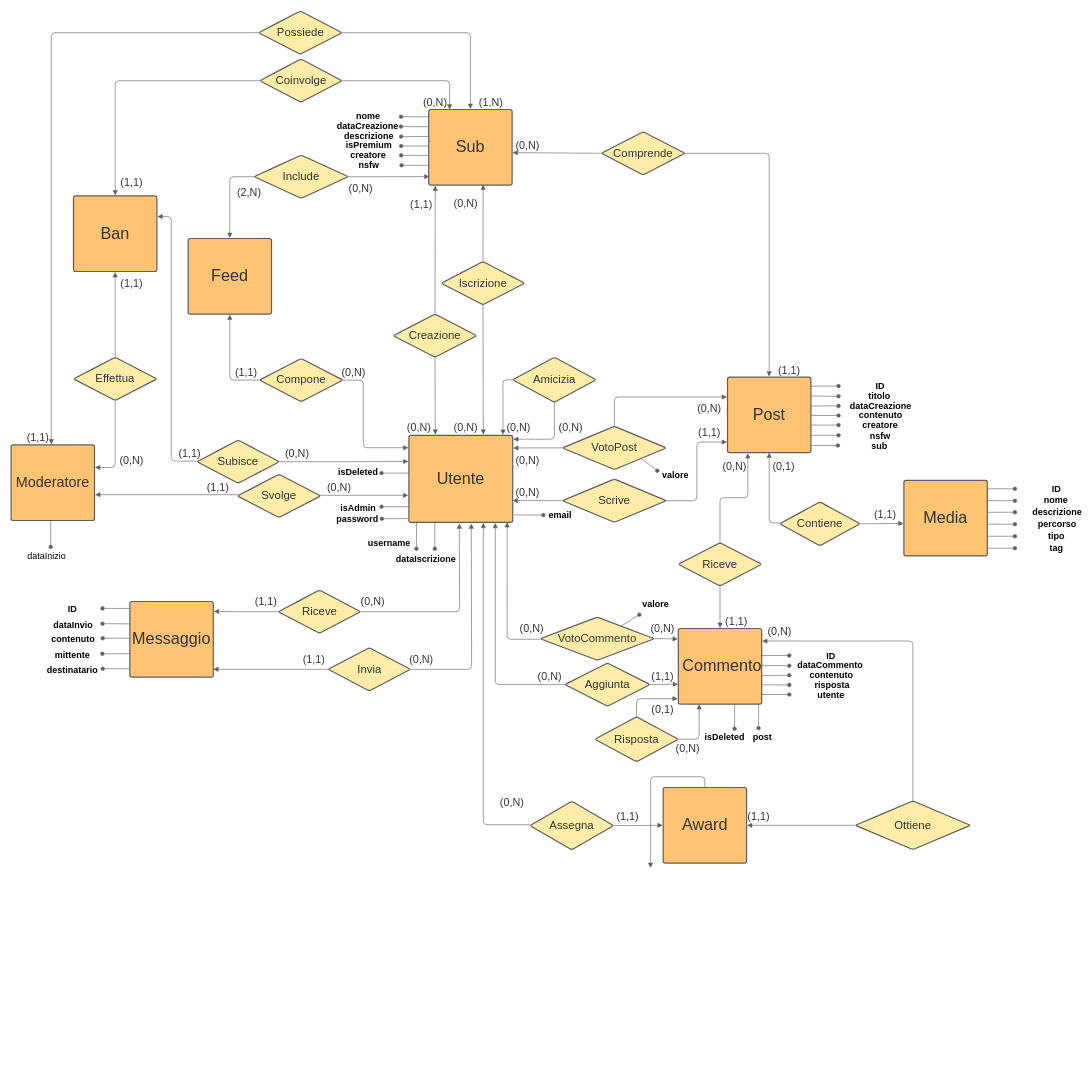
Earlier version of the draw.io diagram Diagramma senza titolo.drawio (LucaPolese/Leddit). Source tidied: cells renumbered, new cells numbered last; positions are measured from the earlier drawing's top-left corner, leaving out a move shared by most shapes. Both pictures are drawn from the tidied source at 60%, with x=0, y=0 at pixel (11, 11).
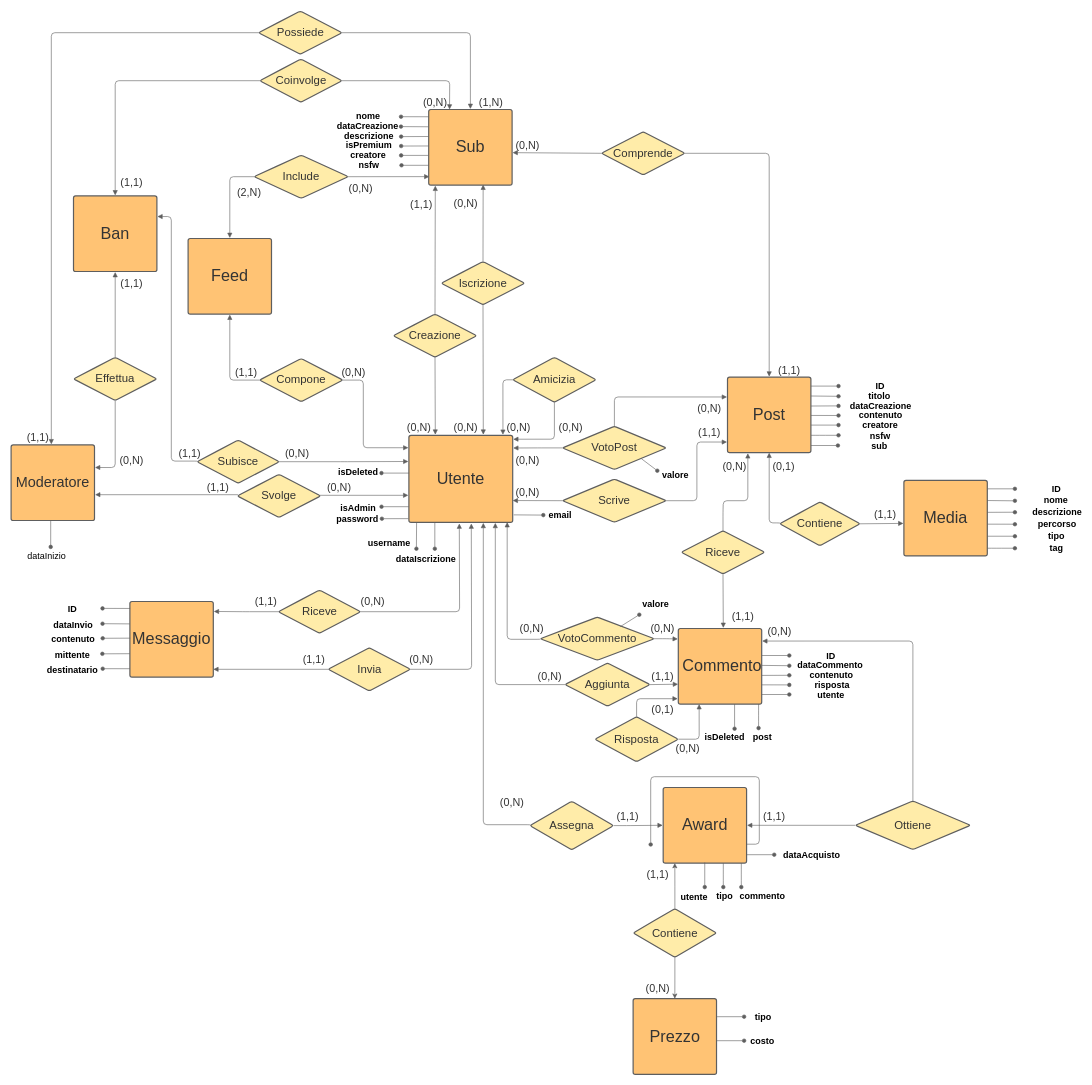
After the change.

The change refers to these unchanged cells:
```xml
<mxCell id="7" value="Post" style="html=1;overflow=block;blockSpacing=1;whiteSpace=wrap;whiteSpace=wrap;fontSize=27;fontColor=#333333;align=center;spacing=7;strokeColor=#5e5e5e;strokeOpacity=100;fillOpacity=100;rounded=1;absoluteArcSize=1;arcSize=7;fillColor=#ffc374;strokeWidth=2;" parent="1" vertex="1">
  <mxGeometry x="1194" y="610" width="139" height="126" as="geometry" />
</mxCell>
<mxCell id="8" value="Commento" style="html=1;overflow=block;blockSpacing=1;whiteSpace=wrap;whiteSpace=wrap;fontSize=27;fontColor=#333333;align=center;spacing=7;strokeColor=#5e5e5e;strokeOpacity=100;fillOpacity=100;rounded=1;absoluteArcSize=1;arcSize=7;fillColor=#ffc374;strokeWidth=2;" parent="1" vertex="1">
  <mxGeometry x="1112" y="1029" width="139" height="126" as="geometry" />
</mxCell>
<mxCell id="47" value="Award" style="html=1;overflow=block;blockSpacing=1;whiteSpace=wrap;whiteSpace=wrap;fontSize=27;fontColor=#333333;align=center;spacing=3;strokeColor=#5e5e5e;strokeOpacity=100;fillOpacity=100;rounded=1;absoluteArcSize=1;arcSize=7;fillColor=#ffc374;strokeWidth=2;" parent="1" vertex="1">
  <mxGeometry x="1086.8" y="1294" width="139" height="126" as="geometry" />
</mxCell>
```

Change to the diagram source:
```diff
@@
     <mxCell id="15" value="Riceve" style="html=1;overflow=block;blockSpacing=1;whiteSpace=wrap;rhombus;whiteSpace=wrap;fontSize=19;fontColor=#333333;align=center;spacing=3;strokeColor=#5e5e5e;strokeOpacity=100;fillOpacity=100;rounded=1;absoluteArcSize=1;arcSize=7;fillColor=#ffeca9;strokeWidth=2;" parent="1" vertex="1">
-      <mxGeometry x="1112" y="886" width="139" height="72" as="geometry" />
+      <mxGeometry x="1117" y="866" width="139" height="72" as="geometry" />
     </mxCell>
     <mxCell id="16" style="html=1;jettySize=18;whiteSpace=wrap;fontSize=11;strokeColor=#5E5E5E;rounded=1;arcSize=12;edgeStyle=orthogonalEdgeStyle;startArrow=none;endArrow=block;endFill=1;exitX=0.5;exitY=0.002;exitPerimeter=0;entryX=0.244;entryY=1.007;entryPerimeter=0;" parent="1" edge="1" source="15" target="7">
-      <mxGeometry relative="1" as="geometry" />
+      <mxGeometry relative="1" as="geometry">
+        <Array as="points">
+          <mxPoint x="1187" y="836" />
+          <mxPoint x="1187" y="836" />
+          <mxPoint x="1187" y="816" />
+          <mxPoint x="1228" y="816" />
+        </Array>
+      </mxGeometry>
     </mxCell>
-    <mxCell id="17" style="html=1;jettySize=18;whiteSpace=wrap;fontSize=11;strokeColor=#5E5E5E;rounded=1;arcSize=12;edgeStyle=orthogonalEdgeStyle;startArrow=none;endArrow=block;endFill=1;exitX=0.5;exitY=0.998;exitPerimeter=0;entryX=0.5;entryY=-0.007;entryPerimeter=0;" parent="1" edge="1" source="15" target="8">
-      <mxGeometry relative="1" as="geometry" />
+    <mxCell id="17" style="html=1;jettySize=18;whiteSpace=wrap;fontSize=11;strokeColor=#5E5E5E;rounded=1;arcSize=12;startArrow=none;endArrow=block;endFill=1;exitX=0.5;exitY=0.998;exitPerimeter=0;" parent="1" edge="1" source="15">
+      <mxGeometry relative="1" as="geometry">
+        <mxPoint x="1187" y="1028" as="targetPoint" />
+      </mxGeometry>
     </mxCell>
@@
-    <mxCell id="68" style="html=1;jettySize=18;whiteSpace=wrap;fontSize=11;strokeColor=#5E5E5E;rounded=1;arcSize=12;edgeStyle=orthogonalEdgeStyle;startArrow=none;endArrow=block;endFill=1;exitX=0.5;exitY=-0.007;exitPerimeter=0;" parent="1" edge="1" source="47">
+    <mxCell id="68" style="html=1;jettySize=18;whiteSpace=wrap;fontSize=11;strokeColor=#5E5E5E;rounded=1;arcSize=12;edgeStyle=orthogonalEdgeStyle;startArrow=none;endArrow=oval;endFill=1;exitX=1;exitY=0.75;exitDx=0;exitDy=0;" parent="1" edge="1" source="47">
       <mxGeometry relative="1" as="geometry">
-        <mxPoint x="1065.8" y="1428" as="targetPoint" />
+        <mxPoint x="1066" y="1389" as="targetPoint" />
         <Array as="points">
-          <mxPoint x="1156.8" y="1276" />
-          <mxPoint x="1065.8" y="1276" />
-          <mxPoint x="1065.8" y="1428" />
+          <mxPoint x="1247" y="1388" />
+          <mxPoint x="1247" y="1276" />
+          <mxPoint x="1066" y="1276" />
         </Array>
       </mxGeometry>
     </mxCell>
@@
     <mxCell id="96" value="(1,1)" style="html=1;overflow=block;blockSpacing=1;whiteSpace=wrap;strokeColor=none;fillColor=none;whiteSpace=wrap;fontSize=18;fontColor=#333333;align=center;spacing=0;strokeOpacity=100;fillOpacity=100;rounded=1;absoluteArcSize=1;arcSize=7;strokeWidth=2;" parent="1" vertex="1">
-      <mxGeometry x="1188" y="1005" width="42" height="25" as="geometry" />
+      <mxGeometry x="1199" y="997" width="42" height="25" as="geometry" />
     </mxCell>
@@
-    <mxCell id="104" value="(1,1)" style="html=1;overflow=block;blockSpacing=1;whiteSpace=wrap;strokeColor=none;fillColor=none;whiteSpace=wrap;fontSize=18;fontColor=#333333;align=center;spacing=0;strokeOpacity=100;fillOpacity=100;rounded=1;absoluteArcSize=1;arcSize=7;strokeWidth=2;" parent="1" vertex="1">
-      <mxGeometry x="1225" y="1329.5" width="42" height="25" as="geometry" />
+    <mxCell id="104" value="(1,1)" style="html=1;overflow=block;blockSpacing=1;whiteSpace=wrap;strokeColor=none;fillColor=none;whiteSpace=wrap;fontSize=18;fontColor=#333333;align=center;spacing=0;strokeOpacity=100;fillOpacity=100;rounded=1;absoluteArcSize=1;arcSize=0;strokeWidth=2;" parent="1" vertex="1">
+      <mxGeometry x="1251" y="1329.5" width="42" height="25" as="geometry" />
     </mxCell>
@@
+    <mxCell id="203" value="Prezzo" style="html=1;overflow=block;blockSpacing=1;whiteSpace=wrap;whiteSpace=wrap;fontSize=27;fontColor=#333333;align=center;spacing=3;strokeColor=#5e5e5e;strokeOpacity=100;fillOpacity=100;rounded=1;absoluteArcSize=1;arcSize=7;fillColor=#ffc374;strokeWidth=2;" parent="1" vertex="1">
+      <mxGeometry x="1036.7" y="1646" width="139" height="126" as="geometry" />
+    </mxCell>
+    <mxCell id="204" style="edgeStyle=orthogonalEdgeStyle;rounded=0;jettySize=auto;html=1;exitX=0.5;exitY=0;exitDx=0;exitDy=0;entryX=0.5;entryY=1;entryDx=0;entryDy=0;strokeColor=#5e5e5e;" parent="1" edge="1" source="206">
+      <mxGeometry relative="1" as="geometry">
+        <mxPoint x="1106.2" y="1420" as="targetPoint" />
+      </mxGeometry>
+    </mxCell>
+    <mxCell id="205" style="edgeStyle=orthogonalEdgeStyle;rounded=0;jettySize=auto;html=1;exitX=0.5;exitY=1;exitDx=0;exitDy=0;entryX=0.5;entryY=0;entryDx=0;entryDy=0;strokeColor=#5e5e5e;" parent="1" edge="1" source="206" target="203">
+      <mxGeometry relative="1" as="geometry" />
+    </mxCell>
+    <mxCell id="206" value="Contiene" style="html=1;overflow=block;blockSpacing=1;whiteSpace=wrap;rhombus;whiteSpace=wrap;fontSize=19;fontColor=#333333;align=center;spacing=3;strokeColor=#5e5e5e;strokeOpacity=100;fillOpacity=100;rounded=1;absoluteArcSize=1;arcSize=7;fillColor=#ffeca9;strokeWidth=2;" parent="1" vertex="1">
+      <mxGeometry x="1036.8" y="1496" width="139" height="81" as="geometry" />
+    </mxCell>
+    <mxCell id="207" value="(1,1)" style="html=1;overflow=block;blockSpacing=1;whiteSpace=wrap;strokeColor=none;fillColor=none;whiteSpace=wrap;fontSize=18;fontColor=#333333;align=center;spacing=0;strokeOpacity=100;fillOpacity=100;rounded=1;absoluteArcSize=1;arcSize=7;strokeWidth=2;" parent="1" vertex="1">
+      <mxGeometry x="1057" y="1426" width="42" height="25" as="geometry" />
+    </mxCell>
+    <mxCell id="208" value="(0,N)" style="html=1;overflow=block;blockSpacing=1;whiteSpace=wrap;strokeColor=none;fillColor=none;whiteSpace=wrap;fontSize=18;fontColor=#333333;align=center;spacing=0;strokeOpacity=100;fillOpacity=100;rounded=1;absoluteArcSize=1;arcSize=7;strokeWidth=2;" parent="1" vertex="1">
+      <mxGeometry x="1057" y="1616" width="42" height="25" as="geometry" />
+    </mxCell>
+    <mxCell id="209" style="endArrow=oval;html=1;startArrow=none;startFill=0;strokeColor=#5e5e5e;endFill=1;" parent="1" edge="1">
+      <mxGeometry relative="1" as="geometry">
+        <mxPoint x="1175.7" y="1676" as="sourcePoint" />
+        <mxPoint x="1221.7" y="1676" as="targetPoint" />
+      </mxGeometry>
+    </mxCell>
+    <mxCell id="210" value="tipo" style="edgeLabel;html=1;align=center;verticalAlign=middle;fontSize=15;fontStyle=1;" parent="209" vertex="1">
+      <mxGeometry x="-0.49" relative="1" as="geometry">
+        <mxPoint x="64.3" y="-1" as="offset" />
+      </mxGeometry>
+    </mxCell>
+    <mxCell id="211" style="endArrow=oval;html=1;startArrow=none;startFill=0;strokeColor=#5e5e5e;endFill=1;" parent="1" edge="1">
+      <mxGeometry relative="1" as="geometry">
+        <mxPoint x="1175.8" y="1716" as="sourcePoint" />
+        <mxPoint x="1221.7" y="1716" as="targetPoint" />
+      </mxGeometry>
+    </mxCell>
+    <mxCell id="212" value="costo" style="edgeLabel;html=1;align=center;verticalAlign=middle;fontSize=15;fontStyle=1;" parent="211" vertex="1">
+      <mxGeometry x="-0.49" relative="1" as="geometry">
+        <mxPoint x="63.3" y="-1" as="offset" />
+      </mxGeometry>
+    </mxCell>
+    <mxCell id="213" style="endArrow=oval;html=1;startArrow=none;startFill=0;strokeColor=#5e5e5e;strokeWidth=1;endFill=1;" parent="1" edge="1">
+      <mxGeometry relative="1" as="geometry">
+        <mxPoint x="1187" y="1420" as="sourcePoint" />
+        <mxPoint x="1187" y="1460" as="targetPoint" />
+        <Array as="points">
+          <mxPoint x="1187" y="1440" />
+        </Array>
+      </mxGeometry>
+    </mxCell>
+    <mxCell id="214" value="tipo" style="edgeLabel;html=1;align=center;verticalAlign=middle;fontSize=15;fontStyle=1;" parent="213" vertex="1">
+      <mxGeometry x="-0.49" relative="1" as="geometry">
+        <mxPoint x="1" y="44.7" as="offset" />
+      </mxGeometry>
+    </mxCell>
+    <mxCell id="215" style="endArrow=oval;html=1;startArrow=none;startFill=0;strokeColor=#5e5e5e;strokeWidth=1;endFill=1;" parent="1" edge="1">
+      <mxGeometry relative="1" as="geometry">
+        <mxPoint x="1156.1" y="1419" as="sourcePoint" />
+        <mxPoint x="1156.1" y="1460" as="targetPoint" />
+      </mxGeometry>
+    </mxCell>
+    <mxCell id="216" value="utente" style="edgeLabel;html=1;align=center;verticalAlign=middle;fontSize=15;fontStyle=1;" parent="215" vertex="1">
+      <mxGeometry x="-0.49" relative="1" as="geometry">
+        <mxPoint x="-19" y="46" as="offset" />
+      </mxGeometry>
+    </mxCell>
+    <mxCell id="217" style="endArrow=oval;html=1;startArrow=none;startFill=0;strokeColor=#5e5e5e;strokeWidth=1;endFill=1;" parent="1" edge="1">
+      <mxGeometry relative="1" as="geometry">
+        <mxPoint x="1217" y="1420" as="sourcePoint" />
+        <mxPoint x="1217" y="1460" as="targetPoint" />
+        <Array as="points">
+          <mxPoint x="1217" y="1440" />
+        </Array>
+      </mxGeometry>
+    </mxCell>
+    <mxCell id="218" value="commento" style="edgeLabel;html=1;align=center;verticalAlign=middle;fontSize=15;fontStyle=1;" parent="217" vertex="1">
+      <mxGeometry x="-0.49" relative="1" as="geometry">
+        <mxPoint x="34" y="43.7" as="offset" />
+      </mxGeometry>
+    </mxCell>
+    <mxCell id="219" style="endArrow=oval;html=1;startArrow=none;startFill=0;strokeColor=#5e5e5e;endFill=1;" parent="1" edge="1">
+      <mxGeometry relative="1" as="geometry">
+        <mxPoint x="1225.9" y="1406" as="sourcePoint" />
+        <mxPoint x="1271.9" y="1406" as="targetPoint" />
+      </mxGeometry>
+    </mxCell>
+    <mxCell id="220" value="dataAcquisto" style="edgeLabel;html=1;align=center;verticalAlign=middle;fontSize=15;fontStyle=1;" parent="219" vertex="1">
+      <mxGeometry x="-0.49" relative="1" as="geometry">
+        <mxPoint x="95.4" y="-1" as="offset" />
+      </mxGeometry>
+    </mxCell>
```
